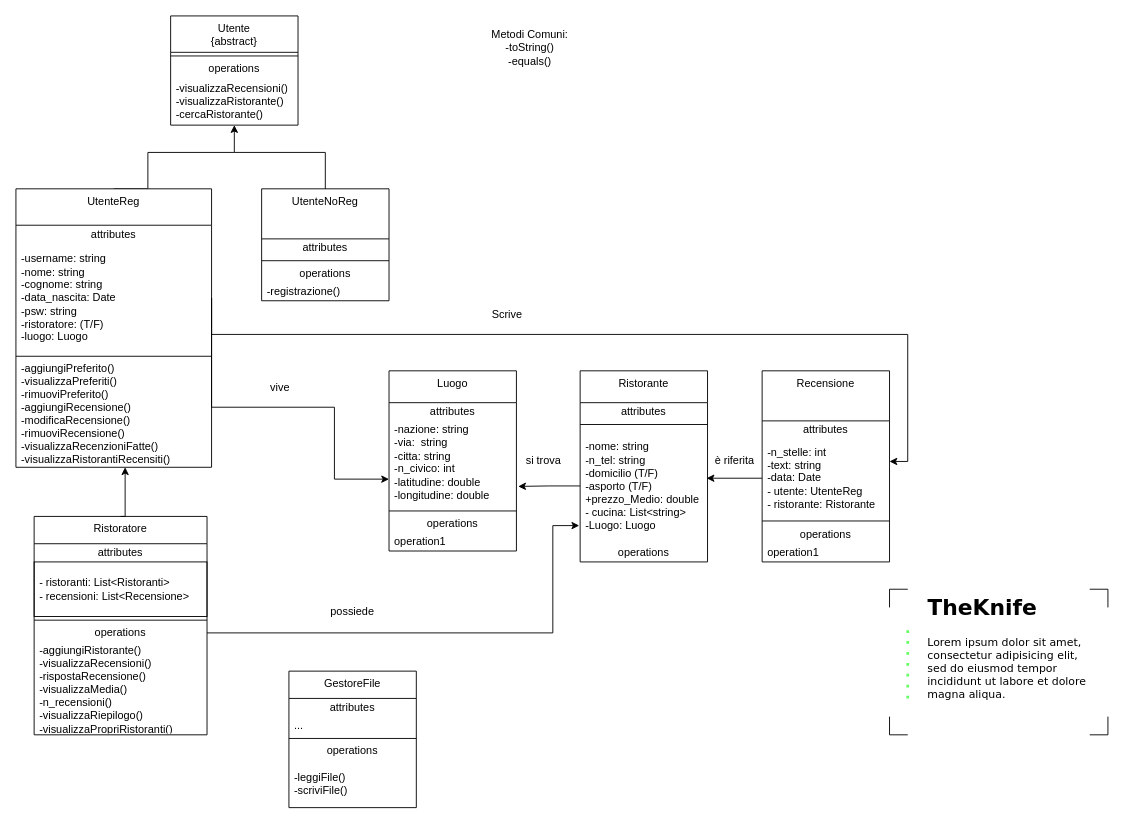
This is doc/UML.drawio from Tommaso-Ossuzio/TheKnife, a draw.io file, before an edit. Source tidied: cells renumbered, new cells numbered last; positions are measured from the earlier drawing's top-left corner, leaving out a move shared by most shapes. Both pictures are drawn from the tidied source at 91%, with x=0, y=0 at pixel (15, 15).
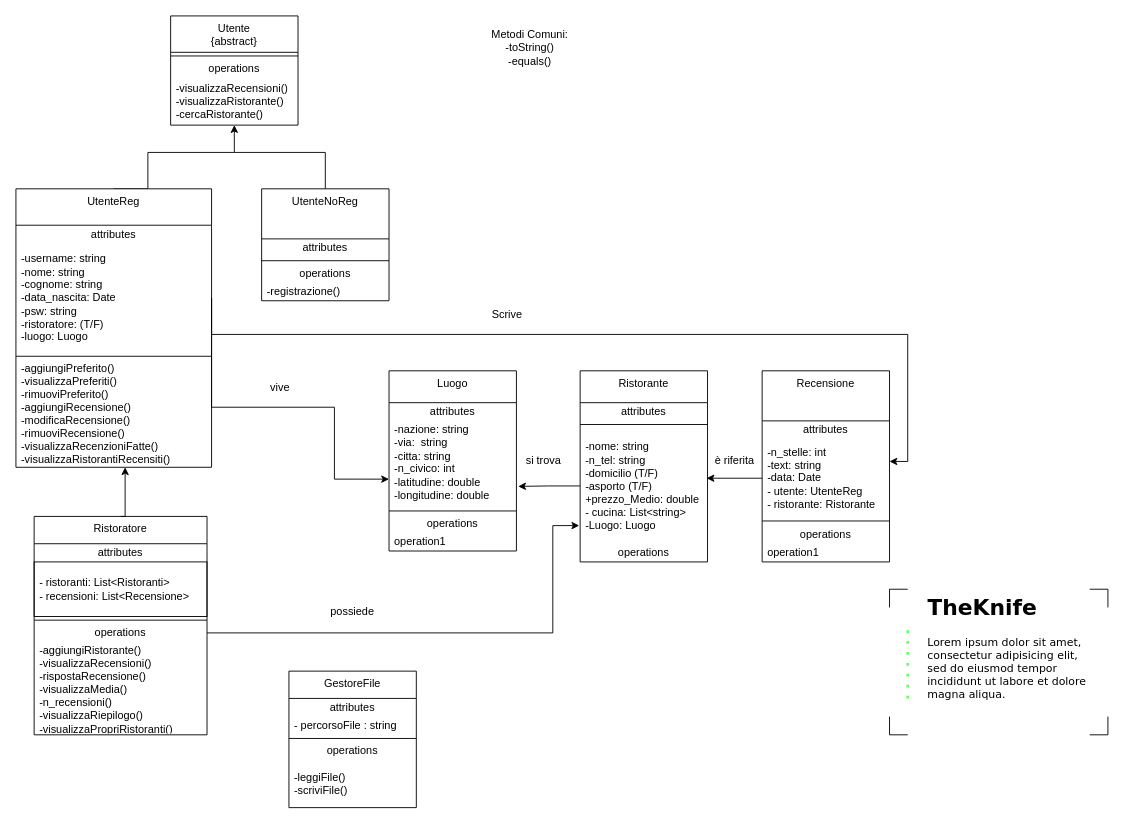
The same page after the edit.

Commit message:
Aggiornamento UML

Unchanged cells that the change refers to:
```xml
<mxCell id="60" value="GestoreFile" style="swimlane;fontStyle=0;align=center;verticalAlign=top;horizontal=1;startSize=30;html=1;whiteSpace=wrap;" parent="1" vertex="1">
  <mxGeometry x="300" y="720" width="140" height="150" as="geometry" />
</mxCell>
```

What changed in the source:
```diff
@@
-    <mxCell id="62" value="..." style="text;html=1;strokeColor=none;fillColor=none;align=left;verticalAlign=middle;spacingLeft=4;spacingRight=4;overflow=hidden;whiteSpace=wrap;" parent="60" vertex="1">
+    <mxCell id="62" value="- percorsoFile : string" style="text;html=1;strokeColor=none;fillColor=none;align=left;verticalAlign=middle;spacingLeft=4;spacingRight=4;overflow=hidden;whiteSpace=wrap;" parent="60" vertex="1">
       <mxGeometry y="50" width="140" height="20" as="geometry" />
     </mxCell>
```
